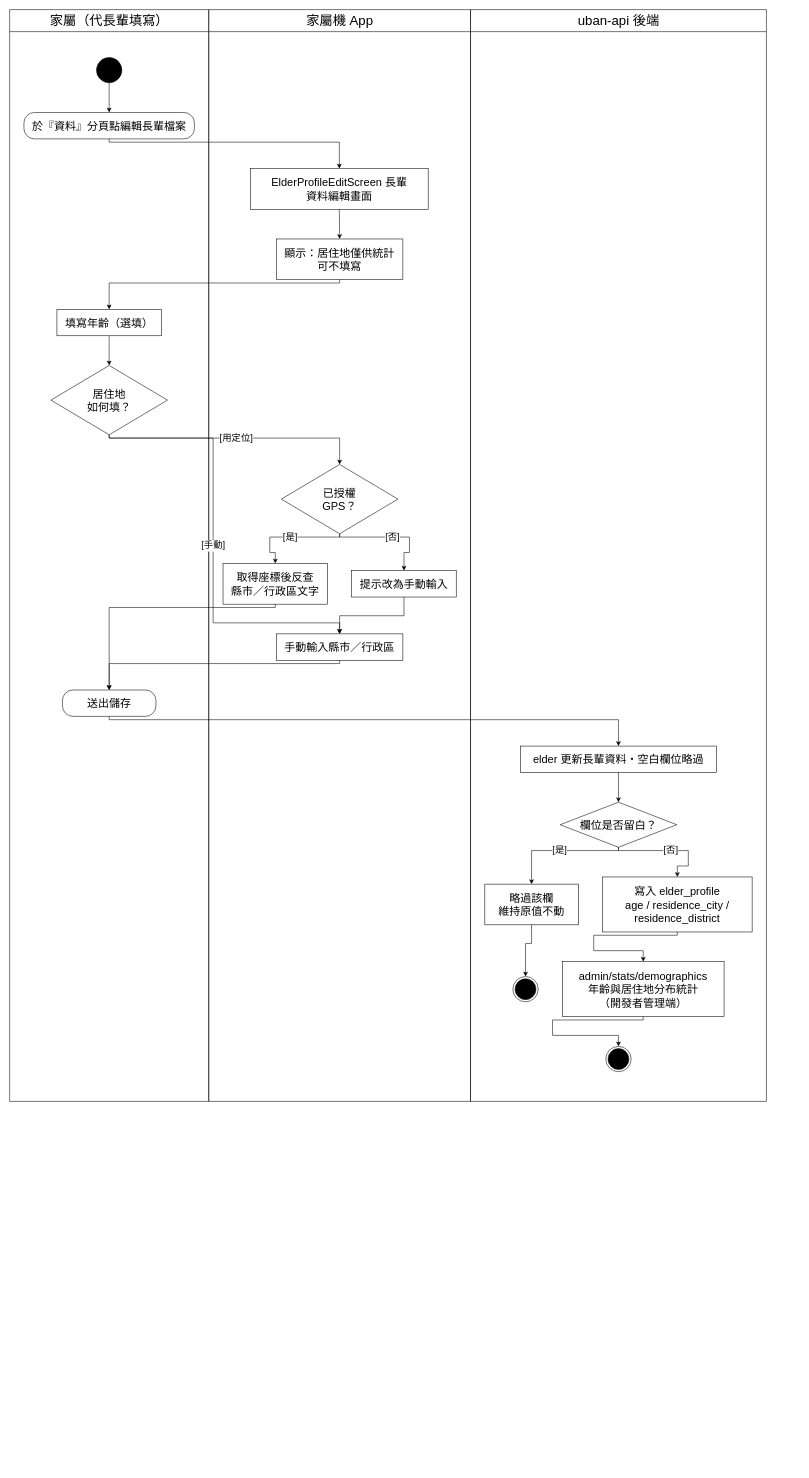
Before: Uban System Documents/drawio圖/A11-個人資料（長輩）.drawio in HuangYu-Kai/Uban, a draw.io diagram. Source tidied: cells renumbered, new cells numbered last; positions are measured from the earlier drawing's top-left corner, leaving out a move shared by most shapes. Both pictures are drawn from the tidied source at 55%, with x=0, y=0 at pixel (9, 9).
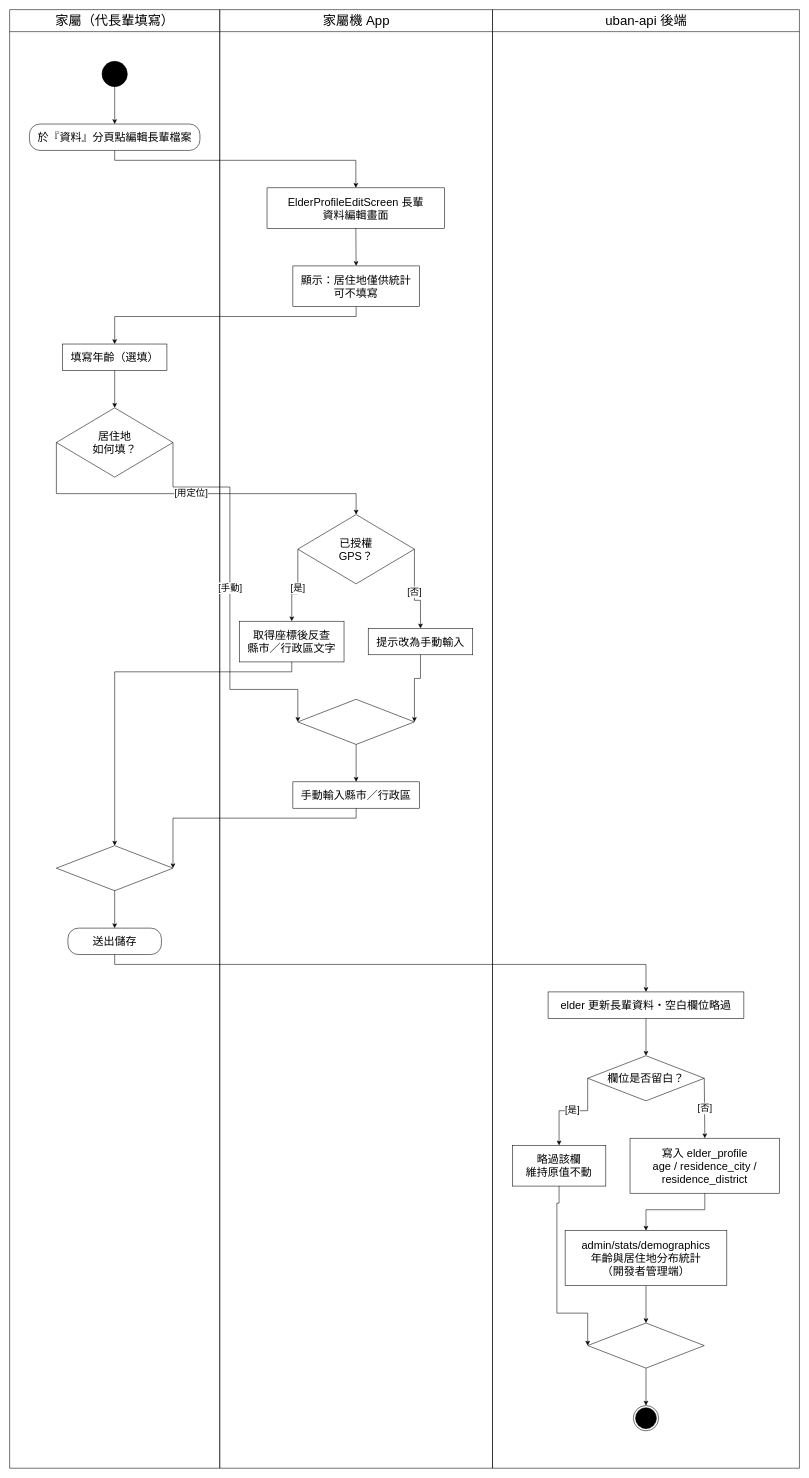
After the change.

The edit, as a diff of the source:
```diff
@@
     <mxCell id="2" value="家屬（代長輩填寫）" style="swimlane;html=1;horizontal=1;startSize=40;fillColor=none;strokeColor=#000000;fontSize=24;fontColor=#000000;fontStyle=0;swimlaneFillColor=none;" parent="1" vertex="1">
-      <mxGeometry width="362" height="1985" as="geometry" />
+      <mxGeometry width="382" height="2652" as="geometry" />
     </mxCell>
     <mxCell id="3" value="家屬機 App" style="swimlane;html=1;horizontal=1;startSize=40;fillColor=none;strokeColor=#000000;fontSize=24;fontColor=#000000;fontStyle=0;swimlaneFillColor=none;" parent="1" vertex="1">
-      <mxGeometry x="362" width="476" height="1985" as="geometry" />
+      <mxGeometry x="382" width="496" height="2652" as="geometry" />
     </mxCell>
     <mxCell id="4" value="uban-api 後端" style="swimlane;html=1;horizontal=1;startSize=40;fillColor=none;strokeColor=#000000;fontSize=24;fontColor=#000000;fontStyle=0;swimlaneFillColor=none;" parent="1" vertex="1">
-      <mxGeometry x="838" width="538" height="1985" as="geometry" />
+      <mxGeometry x="878" width="558" height="2652" as="geometry" />
     </mxCell>
     <mxCell id="5" style="ellipse;html=1;fillColor=#000000;strokeColor=#000000;" parent="2" vertex="1">
-      <mxGeometry x="158" y="87" width="46" height="46" as="geometry" />
+      <mxGeometry x="168" y="94" width="46" height="46" as="geometry" />
     </mxCell>
     <mxCell id="6" value="於『資料』分頁點編輯長輩檔案" style="rounded=1;arcSize=40;whiteSpace=wrap;html=1;fillColor=#FFFFFF;strokeColor=#000000;fontSize=20;fontColor=#000000;" parent="2" vertex="1">
-      <mxGeometry x="26" y="187" width="310" height="48" as="geometry" />
+      <mxGeometry x="36" y="208" width="310" height="48" as="geometry" />
     </mxCell>
     <mxCell id="7" value="填寫年齡（選填）" style="rounded=0;whiteSpace=wrap;html=1;fillColor=#FFFFFF;strokeColor=#000000;fontSize=20;fontColor=#000000;" parent="2" vertex="1">
-      <mxGeometry x="86" y="545" width="190" height="48" as="geometry" />
+      <mxGeometry x="96" y="608" width="190" height="48" as="geometry" />
     </mxCell>
     <mxCell id="8" value="居住地&lt;br&gt;如何填？" style="rhombus;whiteSpace=wrap;html=1;fillColor=#FFFFFF;strokeColor=#000000;fontSize=20;fontColor=#000000;" parent="2" vertex="1">
-      <mxGeometry x="75" y="647" width="212" height="126" as="geometry" />
+      <mxGeometry x="85" y="724" width="212" height="126" as="geometry" />
     </mxCell>
     <mxCell id="9" value="送出儲存" style="rounded=1;arcSize=40;whiteSpace=wrap;html=1;fillColor=#FFFFFF;strokeColor=#000000;fontSize=20;fontColor=#000000;" parent="2" vertex="1">
-      <mxGeometry x="96" y="1237" width="170" height="48" as="geometry" />
+      <mxGeometry x="106" y="1670" width="170" height="48" as="geometry" />
     </mxCell>
+    <mxCell id="42" style="rhombus;whiteSpace=wrap;html=1;fillColor=#FFFFFF;strokeColor=#000000;fontSize=20;fontColor=#000000;" parent="2" vertex="1">
+      <mxGeometry x="85" y="1520" width="212" height="82" as="geometry" />
+    </mxCell>
     <mxCell id="10" value="ElderProfileEditScreen 長輩&lt;br&gt;資料編輯畫面" style="rounded=0;whiteSpace=wrap;html=1;fillColor=#FFFFFF;strokeColor=#000000;fontSize=20;fontColor=#000000;" parent="3" vertex="1">
-      <mxGeometry x="76" y="289" width="323" height="74" as="geometry" />
+      <mxGeometry x="86" y="324" width="323" height="74" as="geometry" />
     </mxCell>
     <mxCell id="11" value="手動輸入縣市／行政區" style="rounded=0;whiteSpace=wrap;html=1;fillColor=#FFFFFF;strokeColor=#000000;fontSize=20;fontColor=#000000;" parent="3" vertex="1">
-      <mxGeometry x="123" y="1135" width="230" height="48" as="geometry" />
+      <mxGeometry x="133" y="1404" width="230" height="48" as="geometry" />
     </mxCell>
     <mxCell id="12" value="已授權&lt;br&gt;GPS？" style="rhombus;whiteSpace=wrap;html=1;fillColor=#FFFFFF;strokeColor=#000000;fontSize=20;fontColor=#000000;" parent="3" vertex="1">
-      <mxGeometry x="132" y="827" width="212" height="126" as="geometry" />
+      <mxGeometry x="142" y="918" width="212" height="126" as="geometry" />
     </mxCell>
     <mxCell id="13" value="取得座標後反查&lt;br&gt;縣市／行政區文字" style="rounded=0;whiteSpace=wrap;html=1;fillColor=#FFFFFF;strokeColor=#000000;fontSize=20;fontColor=#000000;" parent="3" vertex="1">
-      <mxGeometry x="26" y="1007" width="190" height="74" as="geometry" />
+      <mxGeometry x="36" y="1112" width="190" height="74" as="geometry" />
     </mxCell>
     <mxCell id="14" value="提示改為手動輸入" style="rounded=0;whiteSpace=wrap;html=1;fillColor=#FFFFFF;strokeColor=#000000;fontSize=20;fontColor=#000000;" parent="3" vertex="1">
-      <mxGeometry x="260" y="1020" width="190" height="48" as="geometry" />
+      <mxGeometry x="270" y="1125" width="190" height="48" as="geometry" />
     </mxCell>
     <mxCell id="15" value="顯示：居住地僅供統計&lt;br&gt;可不填寫" style="rounded=0;whiteSpace=wrap;html=1;fillColor=#FFFFFF;strokeColor=#000000;fontSize=20;fontColor=#000000;" parent="3" vertex="1">
-      <mxGeometry x="123" y="417" width="230" height="74" as="geometry" />
+      <mxGeometry x="133" y="466" width="230" height="74" as="geometry" />
     </mxCell>
+    <mxCell id="43" style="rhombus;whiteSpace=wrap;html=1;fillColor=#FFFFFF;strokeColor=#000000;fontSize=20;fontColor=#000000;" parent="3" vertex="1">
+      <mxGeometry x="142" y="1254" width="212" height="82" as="geometry" />
+    </mxCell>
     <mxCell id="16" value="elder 更新長輩資料・空白欄位略過" style="rounded=0;whiteSpace=wrap;html=1;fillColor=#FFFFFF;strokeColor=#000000;fontSize=20;fontColor=#000000;" parent="4" vertex="1">
-      <mxGeometry x="91" y="1339" width="356" height="48" as="geometry" />
+      <mxGeometry x="101" y="1786" width="356" height="48" as="geometry" />
     </mxCell>
     <mxCell id="17" value="欄位是否留白？" style="rhombus;whiteSpace=wrap;html=1;fillColor=#FFFFFF;strokeColor=#000000;fontSize=20;fontColor=#000000;" parent="4" vertex="1">
-      <mxGeometry x="163" y="1441" width="212" height="82" as="geometry" />
+      <mxGeometry x="173" y="1902" width="212" height="82" as="geometry" />
     </mxCell>
     <mxCell id="18" value="略過該欄&lt;br&gt;維持原值不動" style="rounded=0;whiteSpace=wrap;html=1;fillColor=#FFFFFF;strokeColor=#000000;fontSize=20;fontColor=#000000;" parent="4" vertex="1">
-      <mxGeometry x="26" y="1590" width="170" height="74" as="geometry" />
+      <mxGeometry x="36" y="2065" width="170" height="74" as="geometry" />
     </mxCell>
-    <mxCell id="19" style="ellipse;html=1;shape=endState;fillColor=#000000;strokeColor=#000000;" parent="4" vertex="1">
-      <mxGeometry x="77" y="1758" width="46" height="46" as="geometry" />
-    </mxCell>
     <mxCell id="20" value="寫入 elder_profile&lt;br&gt;age / residence_city /&lt;br&gt;residence_district" style="rounded=0;whiteSpace=wrap;html=1;fillColor=#FFFFFF;strokeColor=#000000;fontSize=20;fontColor=#000000;" parent="4" vertex="1">
-      <mxGeometry x="240" y="1577" width="272" height="100" as="geometry" />
+      <mxGeometry x="250" y="2052" width="272" height="100" as="geometry" />
     </mxCell>
     <mxCell id="21" value="admin/stats/demographics&lt;br&gt;年齡與居住地分布統計&lt;br&gt;（開發者管理端）" style="rounded=0;whiteSpace=wrap;html=1;fillColor=#FFFFFF;strokeColor=#000000;fontSize=20;fontColor=#000000;" parent="4" vertex="1">
-      <mxGeometry x="167" y="1731" width="294" height="100" as="geometry" />
+      <mxGeometry x="132" y="2220" width="294" height="100" as="geometry" />
     </mxCell>
-    <mxCell id="22" style="ellipse;html=1;shape=endState;fillColor=#000000;strokeColor=#000000;" parent="4" vertex="1">
-      <mxGeometry x="246" y="1885" width="46" height="46" as="geometry" />
-    </mxCell>
+    <mxCell id="44" style="rhombus;whiteSpace=wrap;html=1;fillColor=#FFFFFF;strokeColor=#000000;fontSize=20;fontColor=#000000;" parent="4" vertex="1">
+      <mxGeometry x="173" y="2388" width="212" height="82" as="geometry" />
+    </mxCell>
+    <mxCell id="45" style="ellipse;html=1;shape=endState;fillColor=#000000;strokeColor=#000000;" parent="4" vertex="1">
+      <mxGeometry x="256" y="2538" width="46" height="46" as="geometry" />
+    </mxCell>
@@
     <mxCell id="24" style="edgeStyle=none;rounded=0;html=1;strokeColor=#000000;fontSize=17;fontColor=#000000;labelBackgroundColor=#FFFFFF;endArrow=classic;endFill=1;exitPerimeter=0;entryPerimeter=0;exitX=0.5;exitY=1;exitDx=0;exitDy=0;entryX=0.5;entryY=0;entryDx=0;entryDy=0;" parent="1" edge="1" source="6" target="10">
       <mxGeometry relative="1" as="geometry">
         <Array as="points">
-          <mxPoint x="181" y="241" />
-          <mxPoint x="599.5" y="241" />
+          <mxPoint x="191" y="274" />
+          <mxPoint x="629.5" y="274" />
         </Array>
       </mxGeometry>
     </mxCell>
@@
     <mxCell id="26" style="edgeStyle=none;rounded=0;html=1;strokeColor=#000000;fontSize=17;fontColor=#000000;labelBackgroundColor=#FFFFFF;endArrow=classic;endFill=1;exitPerimeter=0;entryPerimeter=0;exitX=0.5;exitY=1;exitDx=0;exitDy=0;entryX=0.5;entryY=0;entryDx=0;entryDy=0;" parent="1" edge="1" source="15" target="7">
       <mxGeometry relative="1" as="geometry">
         <Array as="points">
-          <mxPoint x="600" y="497" />
-          <mxPoint x="181" y="497" />
+          <mxPoint x="630" y="558" />
+          <mxPoint x="191" y="558" />
         </Array>
       </mxGeometry>
     </mxCell>
@@
-    <mxCell id="28" value="[手動]" style="edgeStyle=none;rounded=0;html=1;strokeColor=#000000;fontSize=17;fontColor=#000000;labelBackgroundColor=#FFFFFF;endArrow=classic;endFill=1;exitPerimeter=0;entryPerimeter=0;exitX=0.5;exitY=1;exitDx=0;exitDy=0;entryX=0.5;entryY=0;entryDx=0;entryDy=0;" parent="1" edge="1" source="8" target="11">
+    <mxCell id="28" value="[手動]" style="edgeStyle=none;rounded=0;html=1;strokeColor=#000000;fontSize=17;fontColor=#000000;labelBackgroundColor=#FFFFFF;endArrow=classic;endFill=1;exitPerimeter=0;entryPerimeter=0;exitX=1;exitY=0.5;exitDx=0;exitDy=0;entryX=0;entryY=0.5;entryDx=0;entryDy=0;" parent="1" edge="1" source="8" target="43">
       <mxGeometry relative="1" as="geometry">
         <Array as="points">
-          <mxPoint x="181" y="779" />
-          <mxPoint x="370" y="779" />
-          <mxPoint x="370" y="1115" />
-          <mxPoint x="600" y="1115" />
+          <mxPoint x="297" y="868" />
+          <mxPoint x="400.5" y="868" />
+          <mxPoint x="400.5" y="1236" />
+          <mxPoint x="524" y="1236" />
         </Array>
       </mxGeometry>
     </mxCell>
-    <mxCell id="29" style="edgeStyle=none;rounded=0;html=1;strokeColor=#000000;fontSize=17;fontColor=#000000;labelBackgroundColor=#FFFFFF;endArrow=classic;endFill=1;exitPerimeter=0;entryPerimeter=0;exitX=0.5;exitY=1;exitDx=0;exitDy=0;entryX=0.5;entryY=0;entryDx=0;entryDy=0;" parent="1" edge="1" source="11" target="9">
+    <mxCell id="29" style="edgeStyle=none;rounded=0;html=1;strokeColor=#000000;fontSize=17;fontColor=#000000;labelBackgroundColor=#FFFFFF;endArrow=classic;endFill=1;exitPerimeter=0;entryPerimeter=0;exitX=0.5;exitY=1;exitDx=0;exitDy=0;entryX=1;entryY=0.5;entryDx=0;entryDy=0;" parent="1" edge="1" source="11" target="42">
       <mxGeometry relative="1" as="geometry">
         <Array as="points">
-          <mxPoint x="600" y="1189" />
-          <mxPoint x="181" y="1189" />
+          <mxPoint x="630" y="1470" />
+          <mxPoint x="297" y="1470" />
         </Array>
       </mxGeometry>
     </mxCell>
-    <mxCell id="30" value="[用定位]" style="edgeStyle=none;rounded=0;html=1;strokeColor=#000000;fontSize=17;fontColor=#000000;labelBackgroundColor=#FFFFFF;endArrow=classic;endFill=1;exitPerimeter=0;entryPerimeter=0;exitX=0.5;exitY=1;exitDx=0;exitDy=0;entryX=0.5;entryY=0;entryDx=0;entryDy=0;" parent="1" edge="1" source="8" target="12">
+    <mxCell id="30" value="[用定位]" style="edgeStyle=none;rounded=0;html=1;strokeColor=#000000;fontSize=17;fontColor=#000000;labelBackgroundColor=#FFFFFF;endArrow=classic;endFill=1;exitPerimeter=0;entryPerimeter=0;exitX=0;exitY=0.5;exitDx=0;exitDy=0;entryX=0.5;entryY=0;entryDx=0;entryDy=0;" parent="1" edge="1" source="8" target="12">
       <mxGeometry relative="1" as="geometry">
         <Array as="points">
-          <mxPoint x="181" y="779" />
-          <mxPoint x="600" y="779" />
+          <mxPoint x="85" y="880" />
+          <mxPoint x="630" y="880" />
         </Array>
       </mxGeometry>
     </mxCell>
-    <mxCell id="31" value="[是]" style="edgeStyle=none;rounded=0;html=1;strokeColor=#000000;fontSize=17;fontColor=#000000;labelBackgroundColor=#FFFFFF;endArrow=classic;endFill=1;exitPerimeter=0;entryPerimeter=0;exitX=0.5;exitY=1;exitDx=0;exitDy=0;entryX=0.5;entryY=0;entryDx=0;entryDy=0;" parent="1" edge="1" source="12" target="13">
+    <mxCell id="31" value="[是]" style="edgeStyle=none;rounded=0;html=1;strokeColor=#000000;fontSize=17;fontColor=#000000;labelBackgroundColor=#FFFFFF;endArrow=classic;endFill=1;exitPerimeter=0;entryPerimeter=0;exitX=0;exitY=0.5;exitDx=0;exitDy=0;entryX=0.5;entryY=0;entryDx=0;entryDy=0;" parent="1" edge="1" source="12" target="13">
       <mxGeometry relative="1" as="geometry">
         <Array as="points">
-          <mxPoint x="600" y="959" />
-          <mxPoint x="473" y="959" />
-          <mxPoint x="473" y="987" />
-          <mxPoint x="483" y="987" />
+          <mxPoint x="524" y="1062" />
+          <mxPoint x="513" y="1062" />
         </Array>
       </mxGeometry>
     </mxCell>
-    <mxCell id="32" style="edgeStyle=none;rounded=0;html=1;strokeColor=#000000;fontSize=17;fontColor=#000000;labelBackgroundColor=#FFFFFF;endArrow=classic;endFill=1;exitPerimeter=0;entryPerimeter=0;exitX=0.5;exitY=1;exitDx=0;exitDy=0;entryX=0.5;entryY=0;entryDx=0;entryDy=0;" parent="1" edge="1" source="13" target="9">
+    <mxCell id="32" style="edgeStyle=none;rounded=0;html=1;strokeColor=#000000;fontSize=17;fontColor=#000000;labelBackgroundColor=#FFFFFF;endArrow=classic;endFill=1;exitPerimeter=0;entryPerimeter=0;exitX=0.5;exitY=1;exitDx=0;exitDy=0;entryX=0.5;entryY=0;entryDx=0;entryDy=0;" parent="1" edge="1" source="13" target="42">
       <mxGeometry relative="1" as="geometry">
         <Array as="points">
-          <mxPoint x="483" y="1087" />
-          <mxPoint x="181" y="1087" />
+          <mxPoint x="513" y="1204" />
+          <mxPoint x="191" y="1204" />
         </Array>
       </mxGeometry>
     </mxCell>
-    <mxCell id="33" value="[否]" style="edgeStyle=none;rounded=0;html=1;strokeColor=#000000;fontSize=17;fontColor=#000000;labelBackgroundColor=#FFFFFF;endArrow=classic;endFill=1;exitPerimeter=0;entryPerimeter=0;exitX=0.5;exitY=1;exitDx=0;exitDy=0;entryX=0.5;entryY=0;entryDx=0;entryDy=0;" parent="1" edge="1" source="12" target="14">
+    <mxCell id="33" value="[否]" style="edgeStyle=none;rounded=0;html=1;strokeColor=#000000;fontSize=17;fontColor=#000000;labelBackgroundColor=#FFFFFF;endArrow=classic;endFill=1;exitPerimeter=0;entryPerimeter=0;exitX=1;exitY=0.5;exitDx=0;exitDy=0;entryX=0.5;entryY=0;entryDx=0;entryDy=0;" parent="1" edge="1" source="12" target="14">
       <mxGeometry relative="1" as="geometry">
         <Array as="points">
-          <mxPoint x="600" y="959" />
-          <mxPoint x="727" y="959" />
-          <mxPoint x="727" y="987" />
-          <mxPoint x="717" y="987" />
+          <mxPoint x="736" y="1074" />
+          <mxPoint x="747" y="1074" />
         </Array>
       </mxGeometry>
     </mxCell>
-    <mxCell id="34" style="edgeStyle=none;rounded=0;html=1;strokeColor=#000000;fontSize=17;fontColor=#000000;labelBackgroundColor=#FFFFFF;endArrow=classic;endFill=1;exitPerimeter=0;entryPerimeter=0;exitX=0.5;exitY=1;exitDx=0;exitDy=0;entryX=0.5;entryY=0;entryDx=0;entryDy=0;" parent="1" edge="1" source="14" target="11">
+    <mxCell id="34" style="edgeStyle=none;rounded=0;html=1;strokeColor=#000000;fontSize=17;fontColor=#000000;labelBackgroundColor=#FFFFFF;endArrow=classic;endFill=1;exitPerimeter=0;entryPerimeter=0;exitX=0.5;exitY=1;exitDx=0;exitDy=0;entryX=1;entryY=0.5;entryDx=0;entryDy=0;" parent="1" edge="1" source="14" target="43">
       <mxGeometry relative="1" as="geometry">
         <Array as="points">
-          <mxPoint x="717" y="1102" />
-          <mxPoint x="600" y="1102" />
+          <mxPoint x="747" y="1216" />
+          <mxPoint x="736" y="1216" />
         </Array>
       </mxGeometry>
     </mxCell>
     <mxCell id="35" style="edgeStyle=none;rounded=0;html=1;strokeColor=#000000;fontSize=17;fontColor=#000000;labelBackgroundColor=#FFFFFF;endArrow=classic;endFill=1;exitPerimeter=0;entryPerimeter=0;exitX=0.5;exitY=1;exitDx=0;exitDy=0;entryX=0.5;entryY=0;entryDx=0;entryDy=0;" parent="1" edge="1" source="9" target="16">
       <mxGeometry relative="1" as="geometry">
         <Array as="points">
-          <mxPoint x="181" y="1291" />
-          <mxPoint x="1107" y="1291" />
+          <mxPoint x="191" y="1736" />
+          <mxPoint x="1157" y="1736" />
         </Array>
       </mxGeometry>
     </mxCell>
@@
-    <mxCell id="37" value="[是]" style="edgeStyle=none;rounded=0;html=1;strokeColor=#000000;fontSize=17;fontColor=#000000;labelBackgroundColor=#FFFFFF;endArrow=classic;endFill=1;exitPerimeter=0;entryPerimeter=0;exitX=0.5;exitY=1;exitDx=0;exitDy=0;entryX=0.5;entryY=0;entryDx=0;entryDy=0;" parent="1" edge="1" source="17" target="18">
+    <mxCell id="37" value="[是]" style="edgeStyle=none;rounded=0;html=1;strokeColor=#000000;fontSize=17;fontColor=#000000;labelBackgroundColor=#FFFFFF;endArrow=classic;endFill=1;exitPerimeter=0;entryPerimeter=0;exitX=0;exitY=0.5;exitDx=0;exitDy=0;entryX=0.5;entryY=0;entryDx=0;entryDy=0;" parent="1" edge="1" source="17" target="18">
       <mxGeometry relative="1" as="geometry">
         <Array as="points">
-          <mxPoint x="1107" y="1529" />
-          <mxPoint x="949" y="1529" />
+          <mxPoint x="1051" y="2002" />
+          <mxPoint x="999" y="2002" />
         </Array>
       </mxGeometry>
     </mxCell>
-    <mxCell id="38" value="[否]" style="edgeStyle=none;rounded=0;html=1;strokeColor=#000000;fontSize=17;fontColor=#000000;labelBackgroundColor=#FFFFFF;endArrow=classic;endFill=1;exitPerimeter=0;entryPerimeter=0;exitX=0.5;exitY=1;exitDx=0;exitDy=0;entryX=0.5;entryY=0;entryDx=0;entryDy=0;" parent="1" edge="1" source="17" target="20">
-      <mxGeometry relative="1" as="geometry">
-        <Array as="points">
-          <mxPoint x="1107" y="1529" />
-          <mxPoint x="1234" y="1529" />
-          <mxPoint x="1234" y="1557" />
-          <mxPoint x="1214" y="1557" />
-        </Array>
-      </mxGeometry>
+    <mxCell id="38" value="[否]" style="edgeStyle=none;rounded=0;html=1;strokeColor=#000000;fontSize=17;fontColor=#000000;labelBackgroundColor=#FFFFFF;endArrow=classic;endFill=1;exitPerimeter=0;entryPerimeter=0;exitX=1;exitY=0.5;exitDx=0;exitDy=0;entryX=0.5;entryY=0;entryDx=0;entryDy=0;" parent="1" edge="1" source="17" target="20">
+      <mxGeometry relative="1" as="geometry" />
     </mxCell>
     <mxCell id="39" style="edgeStyle=none;rounded=0;html=1;strokeColor=#000000;fontSize=17;fontColor=#000000;labelBackgroundColor=#FFFFFF;endArrow=classic;endFill=1;exitPerimeter=0;entryPerimeter=0;exitX=0.5;exitY=1;exitDx=0;exitDy=0;entryX=0.5;entryY=0;entryDx=0;entryDy=0;" parent="1" edge="1" source="20" target="21">
       <mxGeometry relative="1" as="geometry">
         <Array as="points">
-          <mxPoint x="1214" y="1683" />
-          <mxPoint x="1062" y="1683" />
-          <mxPoint x="1062" y="1711" />
-          <mxPoint x="1152" y="1711" />
+          <mxPoint x="1264" y="2182" />
+          <mxPoint x="1157" y="2182" />
         </Array>
       </mxGeometry>
     </mxCell>
-    <mxCell id="40" style="edgeStyle=none;rounded=0;html=1;strokeColor=#000000;fontSize=17;fontColor=#000000;labelBackgroundColor=#FFFFFF;endArrow=classic;endFill=1;exitPerimeter=0;entryPerimeter=0;exitX=0.5;exitY=1;exitDx=0;exitDy=0;entryX=0.5;entryY=0;entryDx=0;entryDy=0;" parent="1" edge="1" source="18" target="19">
+    <mxCell id="40" style="edgeStyle=none;rounded=0;html=1;strokeColor=#000000;fontSize=17;fontColor=#000000;labelBackgroundColor=#FFFFFF;endArrow=classic;endFill=1;exitPerimeter=0;entryPerimeter=0;exitX=0.5;exitY=1;exitDx=0;exitDy=0;entryX=0;entryY=0.5;entryDx=0;entryDy=0;" parent="1" edge="1" source="18" target="44">
       <mxGeometry relative="1" as="geometry">
         <Array as="points">
-          <mxPoint x="949" y="1698" />
-          <mxPoint x="938" y="1698" />
+          <mxPoint x="999" y="2170" />
+          <mxPoint x="995" y="2170" />
+          <mxPoint x="995" y="2370" />
+          <mxPoint x="1051" y="2370" />
         </Array>
       </mxGeometry>
     </mxCell>
-    <mxCell id="41" style="edgeStyle=none;rounded=0;html=1;strokeColor=#000000;fontSize=17;fontColor=#000000;labelBackgroundColor=#FFFFFF;endArrow=classic;endFill=1;exitPerimeter=0;entryPerimeter=0;exitX=0.5;exitY=1;exitDx=0;exitDy=0;entryX=0.5;entryY=0;entryDx=0;entryDy=0;" parent="1" edge="1" source="21" target="22">
-      <mxGeometry relative="1" as="geometry">
-        <Array as="points">
-          <mxPoint x="1152" y="1837" />
-          <mxPoint x="987" y="1837" />
-          <mxPoint x="987" y="1865" />
-          <mxPoint x="1107" y="1865" />
-        </Array>
-      </mxGeometry>
+    <mxCell id="41" style="edgeStyle=none;rounded=0;html=1;strokeColor=#000000;fontSize=17;fontColor=#000000;labelBackgroundColor=#FFFFFF;endArrow=classic;endFill=1;exitPerimeter=0;entryPerimeter=0;exitX=0.5;exitY=1;exitDx=0;exitDy=0;entryX=0.5;entryY=0;entryDx=0;entryDy=0;" parent="1" edge="1" source="21" target="44">
+      <mxGeometry relative="1" as="geometry" />
     </mxCell>
+    <mxCell id="46" style="edgeStyle=none;rounded=0;html=1;strokeColor=#000000;fontSize=17;fontColor=#000000;labelBackgroundColor=#FFFFFF;endArrow=classic;endFill=1;exitPerimeter=0;entryPerimeter=0;exitX=0.5;exitY=1;exitDx=0;exitDy=0;entryX=0.5;entryY=0;entryDx=0;entryDy=0;" parent="1" edge="1" source="43" target="11">
+      <mxGeometry relative="1" as="geometry" />
+    </mxCell>
+    <mxCell id="47" style="edgeStyle=none;rounded=0;html=1;strokeColor=#000000;fontSize=17;fontColor=#000000;labelBackgroundColor=#FFFFFF;endArrow=classic;endFill=1;exitPerimeter=0;entryPerimeter=0;exitX=0.5;exitY=1;exitDx=0;exitDy=0;entryX=0.5;entryY=0;entryDx=0;entryDy=0;" parent="1" edge="1" source="42" target="9">
+      <mxGeometry relative="1" as="geometry" />
+    </mxCell>
+    <mxCell id="48" style="edgeStyle=none;rounded=0;html=1;strokeColor=#000000;fontSize=17;fontColor=#000000;labelBackgroundColor=#FFFFFF;endArrow=classic;endFill=1;exitPerimeter=0;entryPerimeter=0;exitX=0.5;exitY=1;exitDx=0;exitDy=0;entryX=0.5;entryY=0;entryDx=0;entryDy=0;" parent="1" edge="1" source="44" target="45">
+      <mxGeometry relative="1" as="geometry" />
+    </mxCell>
```
